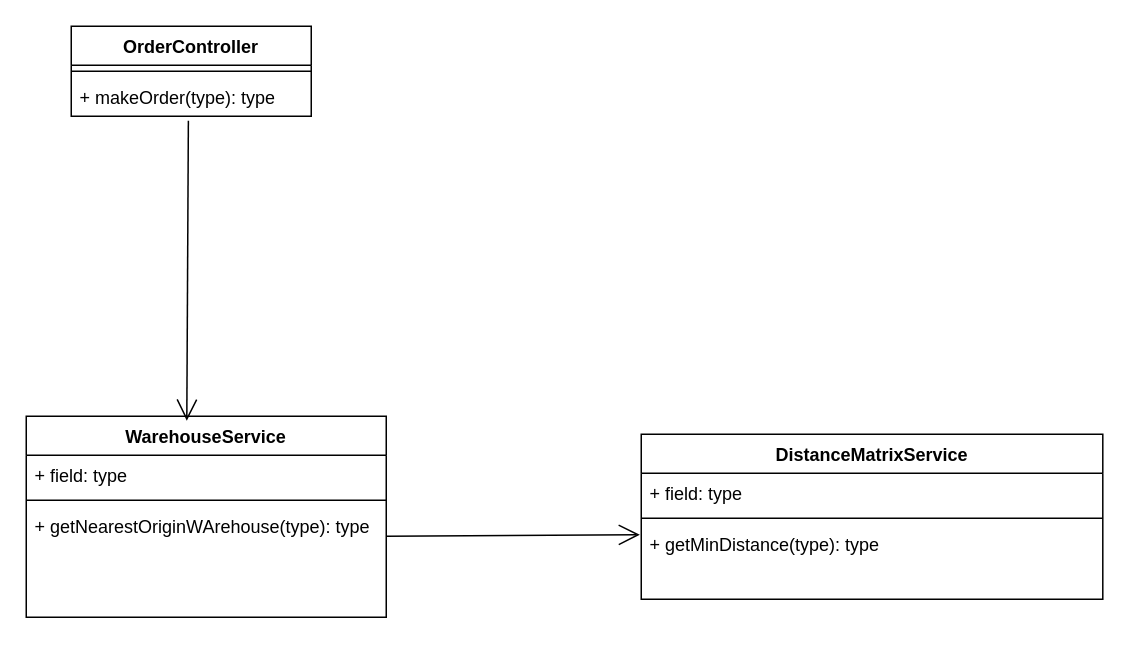
The draw.io diagram diagrams/Dropi diagrams.drawio in jhaineymilevis/pod, before the edit. Source tidied: cells renumbered, new cells numbered last; positions are measured from the earlier drawing's top-left corner, leaving out a move shared by most shapes. Both pictures are drawn from the tidied source at 150%, with x=0, y=0 at pixel (26, 26).
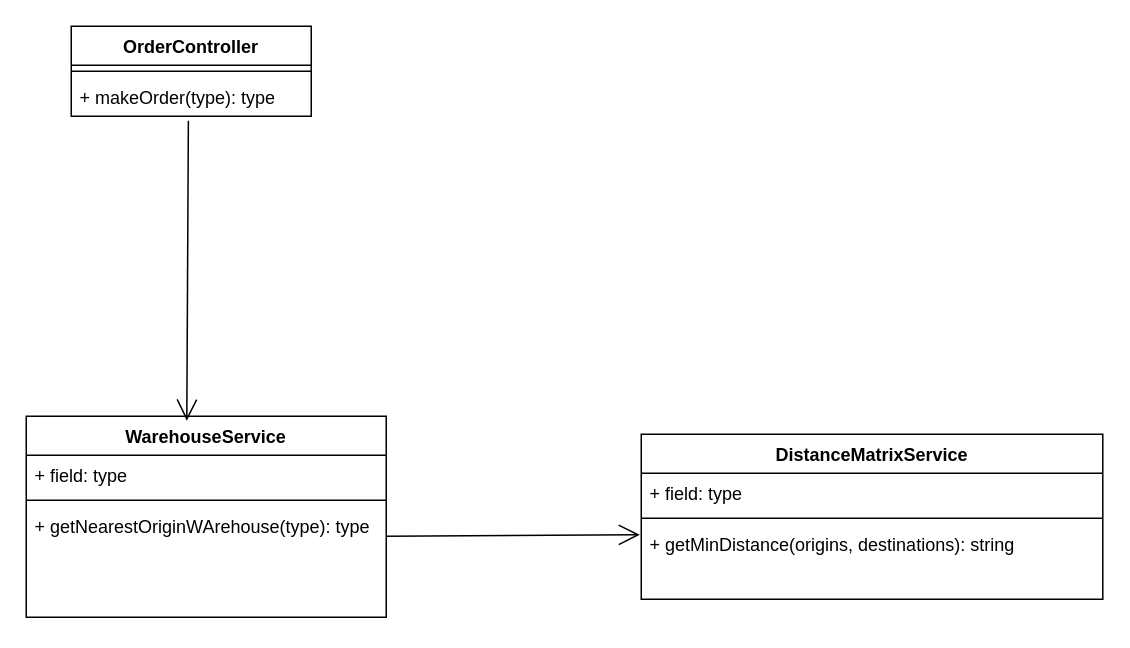
The same diagram, later.

What changed in the source:
```diff
@@
 <mxGraphModel>
   <root>
     <mxCell id="0" />
     <mxCell id="1" parent="0" />
     <mxCell id="2" value="OrderController" style="swimlane;fontStyle=1;align=center;verticalAlign=top;horizontal=1;startSize=26;whiteSpace=wrap;html=1;" parent="1" vertex="1">
       <mxGeometry x="30" width="160" height="60" as="geometry" />
     </mxCell>
     <mxCell id="3" style="line;strokeWidth=1;fillColor=none;align=left;verticalAlign=middle;spacingTop=-1;spacingLeft=3;spacingRight=3;labelPosition=right;strokeColor=inherit;" parent="2" vertex="1">
       <mxGeometry y="26" width="160" height="8" as="geometry" />
     </mxCell>
     <mxCell id="4" value="+ makeOrder(type): type" style="text;strokeColor=none;fillColor=none;align=left;verticalAlign=top;spacingLeft=4;spacingRight=4;overflow=hidden;points=[[0,0.5],[1,0.5]];portConstraint=eastwest;whiteSpace=wrap;html=1;" parent="2" vertex="1">
       <mxGeometry y="34" width="160" height="26" as="geometry" />
     </mxCell>
     <mxCell id="5" value="WarehouseService" style="swimlane;fontStyle=1;align=center;verticalAlign=top;horizontal=1;startSize=26;whiteSpace=wrap;html=1;" parent="1" vertex="1">
       <mxGeometry y="260" width="240" height="134" as="geometry" />
     </mxCell>
     <mxCell id="6" value="+ field: type" style="text;strokeColor=none;fillColor=none;align=left;verticalAlign=top;spacingLeft=4;spacingRight=4;overflow=hidden;whiteSpace=wrap;html=1;" parent="5" vertex="1">
       <mxGeometry y="26" width="240" height="26" as="geometry" />
     </mxCell>
     <mxCell id="7" style="line;strokeWidth=1;fillColor=none;align=left;verticalAlign=middle;spacingTop=-1;spacingLeft=3;spacingRight=3;labelPosition=right;strokeColor=inherit;" parent="5" vertex="1">
       <mxGeometry y="52" width="240" height="8" as="geometry" />
     </mxCell>
     <mxCell id="8" value="+ getNearestOriginWArehouse(type): type" style="text;strokeColor=none;fillColor=none;align=left;verticalAlign=top;spacingLeft=4;spacingRight=4;overflow=hidden;whiteSpace=wrap;html=1;" parent="5" vertex="1">
       <mxGeometry y="60" width="240" height="74" as="geometry" />
     </mxCell>
     <mxCell id="9" style="endArrow=open;endFill=1;endSize=12;html=1;rounded=0;entryX=0.446;entryY=0.022;entryDx=0;entryDy=0;entryPerimeter=0;exitX=0.488;exitY=1.115;exitDx=0;exitDy=0;exitPerimeter=0;" parent="1" edge="1" source="4" target="5">
       <mxGeometry relative="1" as="geometry" />
     </mxCell>
     <mxCell id="10" value="DistanceMatrixService" style="swimlane;fontStyle=1;align=center;verticalAlign=top;horizontal=1;startSize=26;whiteSpace=wrap;html=1;" parent="1" vertex="1">
       <mxGeometry x="410" y="272" width="307.7" height="110" as="geometry" />
     </mxCell>
     <mxCell id="11" value="+ field: type" style="text;strokeColor=none;fillColor=none;align=left;verticalAlign=top;spacingLeft=4;spacingRight=4;overflow=hidden;whiteSpace=wrap;html=1;" parent="10" vertex="1">
       <mxGeometry y="26" width="307.7" height="26" as="geometry" />
     </mxCell>
     <mxCell id="12" style="line;strokeWidth=1;fillColor=none;align=left;verticalAlign=middle;spacingTop=-1;spacingLeft=3;spacingRight=3;labelPosition=right;strokeColor=inherit;" parent="10" vertex="1">
       <mxGeometry y="52" width="307.7" height="8" as="geometry" />
     </mxCell>
-    <mxCell id="13" value="+ getMinDistance(type): type" style="text;strokeColor=none;fillColor=none;align=left;verticalAlign=top;spacingLeft=4;spacingRight=4;overflow=hidden;points=[[0,0.5],[1,0.5]];portConstraint=eastwest;whiteSpace=wrap;html=1;" parent="10" vertex="1">
+    <mxCell id="13" value="+ getMinDistance(origins, destinations): string" style="text;strokeColor=none;fillColor=none;align=left;verticalAlign=top;spacingLeft=4;spacingRight=4;overflow=hidden;points=[[0,0.5],[1,0.5]];portConstraint=eastwest;whiteSpace=wrap;html=1;" parent="10" vertex="1">
       <mxGeometry y="60" width="307.7" height="50" as="geometry" />
     </mxCell>
     <mxCell id="14" style="endArrow=open;endFill=1;endSize=12;html=1;rounded=0;entryX=-0.003;entryY=0.14;entryDx=0;entryDy=0;entryPerimeter=0;" parent="1" edge="1" target="13">
       <mxGeometry relative="1" as="geometry">
         <mxPoint x="240" y="340" as="sourcePoint" />
       </mxGeometry>
     </mxCell>
   </root>
 </mxGraphModel>
```
